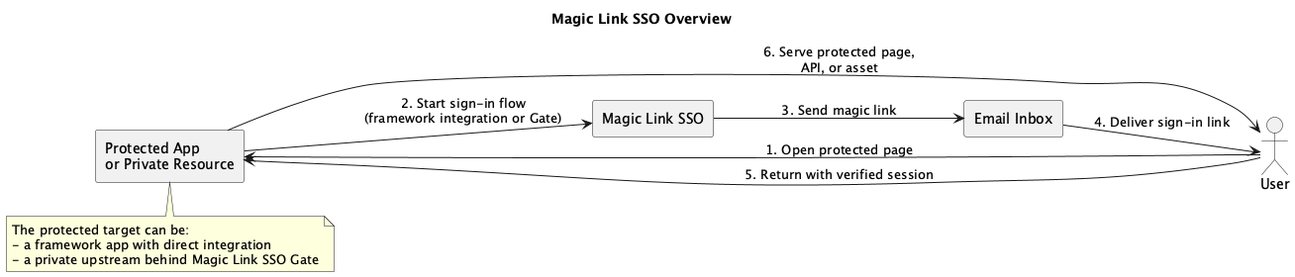
Earlier version of the PlantUML export docs/MagicLinkSSO_Overview_light.png (magic-link-sso/magic-sso).
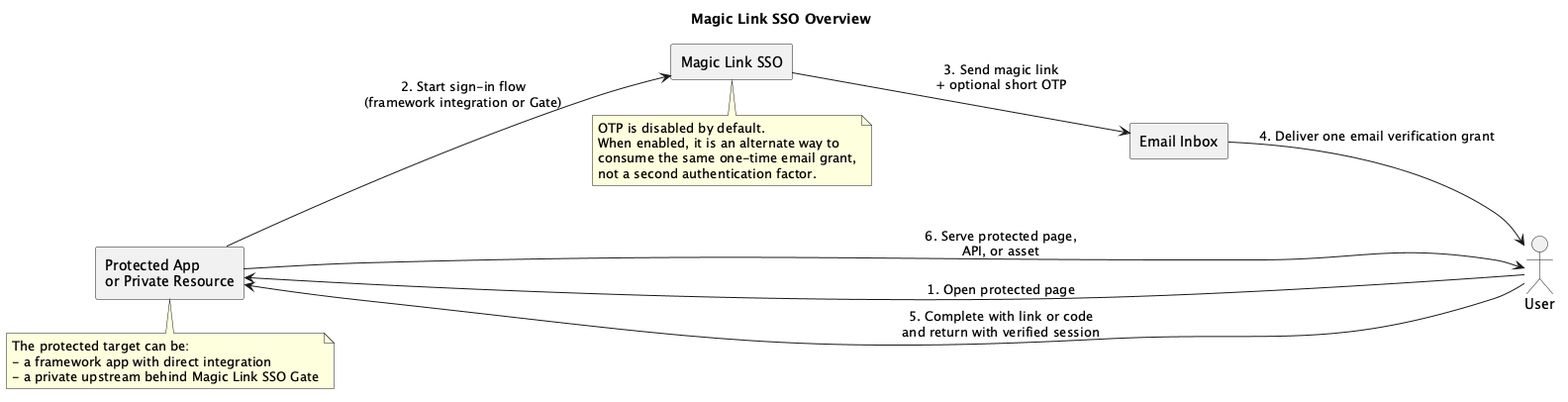
Later version of the same file.

Diff of the diagram source:
```diff
@@ -11,9 +11,9 @@
 
 User --> App : 1. Open protected page
 App --> SSO : 2. Start sign-in flow\n(framework integration or Gate)
-SSO --> Email : 3. Send magic link
-Email --> User : 4. Deliver sign-in link
-User --> App : 5. Return with verified session
+SSO --> Email : 3. Send magic link\n+ optional short OTP
+Email --> User : 4. Deliver one email verification grant
+User --> App : 5. Complete with link or code\nand return with verified session
 App --> User : 6. Serve protected page,\nAPI, or asset
 
 note bottom of App
@@ -22,4 +22,11 @@
 - a private upstream behind Magic Link SSO Gate
 end note
 
+note bottom of SSO
+OTP is disabled by default.
+When enabled, it is an alternate way to
+consume the same one-time email grant,
+not a second authentication factor.
+end note
+
 @enduml
```
